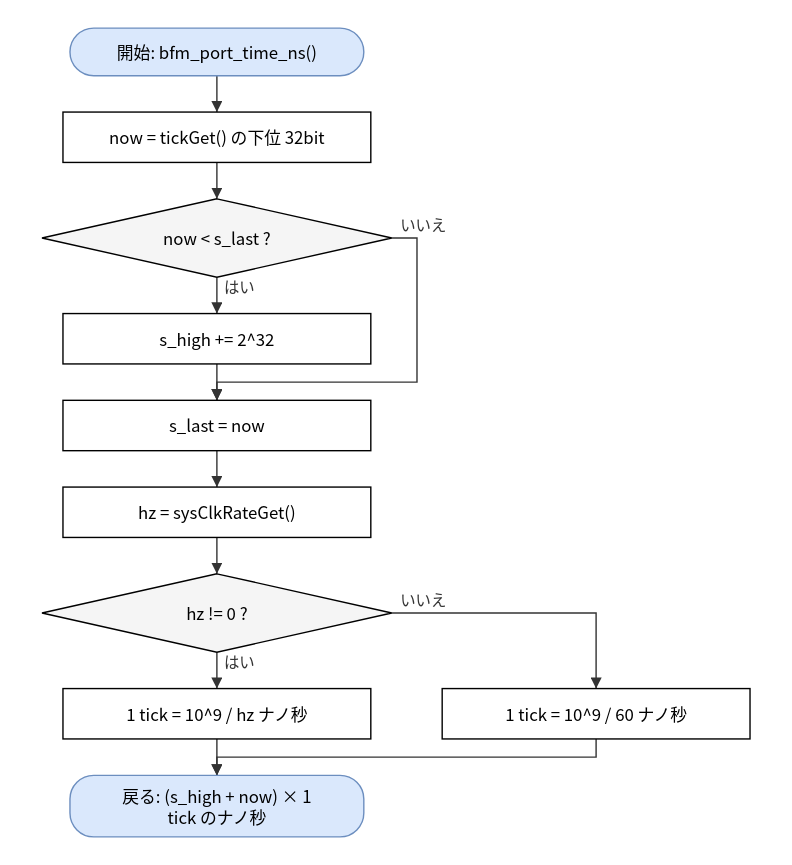
Before: doc/spec/images/flow_port_vxworks_port_vxworks__bfm_port_time_ns.drawio.svg, a diagram exported from draw.io (hf355051012-ai/bfmem). Source tidied: cells renumbered, new cells last; positions are measured from the earlier drawing's top-left corner, leaving out a move shared by most shapes.
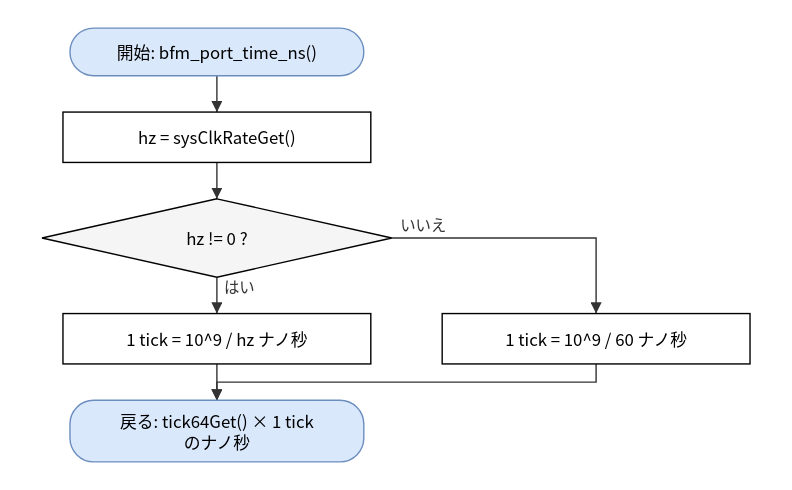
The same file after the commit.

Change to the diagram source:
```diff
@@ -5,33 +5,21 @@
     <mxCell id="2" value="開始: bfm_port_time_ns()" style="rounded=1;arcSize=50;whiteSpace=wrap;html=1;fillColor=#dae8fc;strokeColor=#6c8ebf;" parent="1" vertex="1">
       <mxGeometry x="20" width="210" height="34" as="geometry" />
     </mxCell>
-    <mxCell id="3" value="now = tickGet() の下位 32bit" style="rounded=0;whiteSpace=wrap;html=1;" parent="1" vertex="1">
+    <mxCell id="3" value="hz = sysClkRateGet()" style="rounded=0;whiteSpace=wrap;html=1;" parent="1" vertex="1">
       <mxGeometry x="15" y="60" width="220" height="36" as="geometry" />
     </mxCell>
-    <mxCell id="4" value="now &amp;lt; s_last ?" style="rhombus;whiteSpace=wrap;html=1;fillColor=#f5f5f5;" parent="1" vertex="1">
+    <mxCell id="4" value="hz != 0 ?" style="rhombus;whiteSpace=wrap;html=1;fillColor=#f5f5f5;" parent="1" vertex="1">
       <mxGeometry y="122" width="250" height="56" as="geometry" />
     </mxCell>
-    <mxCell id="5" value="s_high += 2^32" style="rounded=0;whiteSpace=wrap;html=1;" parent="1" vertex="1">
+    <mxCell id="5" value="1 tick = 10^9 / hz ナノ秒" style="rounded=0;whiteSpace=wrap;html=1;" parent="1" vertex="1">
       <mxGeometry x="15" y="204" width="220" height="36" as="geometry" />
     </mxCell>
-    <mxCell id="6" value="s_last = now" style="rounded=0;whiteSpace=wrap;html=1;" parent="1" vertex="1">
-      <mxGeometry x="15" y="266" width="220" height="36" as="geometry" />
+    <mxCell id="6" value="1 tick = 10^9 / 60 ナノ秒" style="rounded=0;whiteSpace=wrap;html=1;" parent="1" vertex="1">
+      <mxGeometry x="286" y="204" width="220" height="36" as="geometry" />
     </mxCell>
-    <mxCell id="7" value="hz = sysClkRateGet()" style="rounded=0;whiteSpace=wrap;html=1;" parent="1" vertex="1">
-      <mxGeometry x="15" y="328" width="220" height="36" as="geometry" />
+    <mxCell id="7" value="戻る: tick64Get() × 1 tick&lt;br&gt;のナノ秒" style="rounded=1;arcSize=50;whiteSpace=wrap;html=1;fillColor=#dae8fc;strokeColor=#6c8ebf;" parent="1" vertex="1">
+      <mxGeometry x="20" y="266" width="210" height="44" as="geometry" />
     </mxCell>
-    <mxCell id="8" value="hz != 0 ?" style="rhombus;whiteSpace=wrap;html=1;fillColor=#f5f5f5;" parent="1" vertex="1">
-      <mxGeometry y="390" width="250" height="56" as="geometry" />
-    </mxCell>
-    <mxCell id="9" value="1 tick = 10^9 / hz ナノ秒" style="rounded=0;whiteSpace=wrap;html=1;" parent="1" vertex="1">
-      <mxGeometry x="15" y="472" width="220" height="36" as="geometry" />
-    </mxCell>
-    <mxCell id="10" value="1 tick = 10^9 / 60 ナノ秒" style="rounded=0;whiteSpace=wrap;html=1;" parent="1" vertex="1">
-      <mxGeometry x="286" y="472" width="220" height="36" as="geometry" />
-    </mxCell>
-    <mxCell id="11" value="戻る: (s_high + now) × 1&lt;br&gt;tick のナノ秒" style="rounded=1;arcSize=50;whiteSpace=wrap;html=1;fillColor=#dae8fc;strokeColor=#6c8ebf;" parent="1" vertex="1">
-      <mxGeometry x="20" y="534" width="210" height="44" as="geometry" />
-    </mxCell>
     <mxCell id="12" style="edgeStyle=none;html=1;rounded=0;endArrow=block;endFill=1;exitX=0.5000;exitY=1.0000;exitDx=0;exitDy=0;exitPerimeter=0;entryX=0.5000;entryY=0.0000;entryDx=0;entryDy=0;entryPerimeter=0;" parent="1" edge="1" source="2" target="3">
       <mxGeometry relative="1" as="geometry" />
     </mxCell>
@@ -41,44 +29,23 @@
     <mxCell id="14" value="はい" style="edgeStyle=none;html=1;rounded=0;endArrow=block;endFill=1;exitX=0.5000;exitY=1.0000;exitDx=0;exitDy=0;exitPerimeter=0;entryX=0.5000;entryY=0.0000;entryDx=0;entryDy=0;entryPerimeter=0;" parent="1" edge="1" source="4" target="5">
       <mxGeometry relative="1" as="geometry" />
     </mxCell>
-    <mxCell id="15" style="edgeStyle=none;html=1;rounded=0;endArrow=block;endFill=1;exitX=0.5000;exitY=1.0000;exitDx=0;exitDy=0;exitPerimeter=0;entryX=0.5000;entryY=0.0000;entryDx=0;entryDy=0;entryPerimeter=0;" parent="1" edge="1" source="5" target="6">
-      <mxGeometry relative="1" as="geometry" />
+    <mxCell id="15" value="いいえ" style="edgeStyle=none;html=1;rounded=0;endArrow=block;endFill=1;exitX=1.0000;exitY=0.5000;exitDx=0;exitDy=0;exitPerimeter=0;entryX=0.5000;entryY=0.0000;entryDx=0;entryDy=0;entryPerimeter=0;" parent="1" edge="1" source="4" target="6">
+      <mxGeometry relative="1" as="geometry">
+        <Array as="points">
+          <mxPoint x="396" y="150" />
+        </Array>
+      </mxGeometry>
     </mxCell>
-    <mxCell id="16" value="いいえ" style="edgeStyle=none;html=1;rounded=0;endArrow=block;endFill=1;exitX=1.0000;exitY=0.5000;exitDx=0;exitDy=0;exitPerimeter=0;entryX=0.5000;entryY=0.0000;entryDx=0;entryDy=0;entryPerimeter=0;" parent="1" edge="1" source="4" target="6">
-      <mxGeometry relative="1" as="geometry">
-        <Array as="points">
-          <mxPoint x="268" y="150" />
-          <mxPoint x="268" y="253" />
-          <mxPoint x="125" y="253" />
-        </Array>
-      </mxGeometry>
+    <mxCell id="16" style="edgeStyle=none;html=1;rounded=0;endArrow=block;endFill=1;exitX=0.5000;exitY=1.0000;exitDx=0;exitDy=0;exitPerimeter=0;entryX=0.5000;entryY=0.0000;entryDx=0;entryDy=0;entryPerimeter=0;" parent="1" edge="1" source="5" target="7">
+      <mxGeometry relative="1" as="geometry" />
     </mxCell>
     <mxCell id="17" style="edgeStyle=none;html=1;rounded=0;endArrow=block;endFill=1;exitX=0.5000;exitY=1.0000;exitDx=0;exitDy=0;exitPerimeter=0;entryX=0.5000;entryY=0.0000;entryDx=0;entryDy=0;entryPerimeter=0;" parent="1" edge="1" source="6" target="7">
-      <mxGeometry relative="1" as="geometry" />
+      <mxGeometry relative="1" as="geometry">
+        <Array as="points">
+          <mxPoint x="396" y="253" />
+          <mxPoint x="125" y="253" />
+        </Array>
+      </mxGeometry>
     </mxCell>
-    <mxCell id="18" style="edgeStyle=none;html=1;rounded=0;endArrow=block;endFill=1;exitX=0.5000;exitY=1.0000;exitDx=0;exitDy=0;exitPerimeter=0;entryX=0.5000;entryY=0.0000;entryDx=0;entryDy=0;entryPerimeter=0;" parent="1" edge="1" source="7" target="8">
-      <mxGeometry relative="1" as="geometry" />
-    </mxCell>
-    <mxCell id="19" value="はい" style="edgeStyle=none;html=1;rounded=0;endArrow=block;endFill=1;exitX=0.5000;exitY=1.0000;exitDx=0;exitDy=0;exitPerimeter=0;entryX=0.5000;entryY=0.0000;entryDx=0;entryDy=0;entryPerimeter=0;" parent="1" edge="1" source="8" target="9">
-      <mxGeometry relative="1" as="geometry" />
-    </mxCell>
-    <mxCell id="20" value="いいえ" style="edgeStyle=none;html=1;rounded=0;endArrow=block;endFill=1;exitX=1.0000;exitY=0.5000;exitDx=0;exitDy=0;exitPerimeter=0;entryX=0.5000;entryY=0.0000;entryDx=0;entryDy=0;entryPerimeter=0;" parent="1" edge="1" source="8" target="10">
-      <mxGeometry relative="1" as="geometry">
-        <Array as="points">
-          <mxPoint x="396" y="418" />
-        </Array>
-      </mxGeometry>
-    </mxCell>
-    <mxCell id="21" style="edgeStyle=none;html=1;rounded=0;endArrow=block;endFill=1;exitX=0.5000;exitY=1.0000;exitDx=0;exitDy=0;exitPerimeter=0;entryX=0.5000;entryY=0.0000;entryDx=0;entryDy=0;entryPerimeter=0;" parent="1" edge="1" source="9" target="11">
-      <mxGeometry relative="1" as="geometry" />
-    </mxCell>
-    <mxCell id="22" style="edgeStyle=none;html=1;rounded=0;endArrow=block;endFill=1;exitX=0.5000;exitY=1.0000;exitDx=0;exitDy=0;exitPerimeter=0;entryX=0.5000;entryY=0.0000;entryDx=0;entryDy=0;entryPerimeter=0;" parent="1" edge="1" source="10" target="11">
-      <mxGeometry relative="1" as="geometry">
-        <Array as="points">
-          <mxPoint x="396" y="521" />
-          <mxPoint x="125" y="521" />
-        </Array>
-      </mxGeometry>
-    </mxCell>
   </root>
 </mxGraphModel>
```
